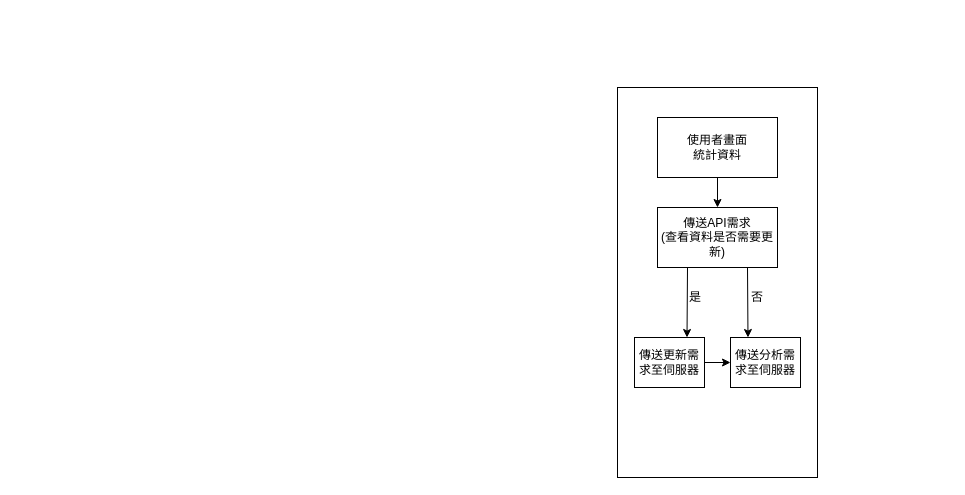
Before: Untitled Diagram.drawio in a0935210570602/credit_card_analize_project, a draw.io diagram. Source tidied: cells renumbered, new cells numbered last; positions are measured from the earlier drawing's top-left corner, leaving out a move shared by most shapes. Both pictures are drawn from the tidied source at 100%, with x=0, y=0 at pixel (617, 87).
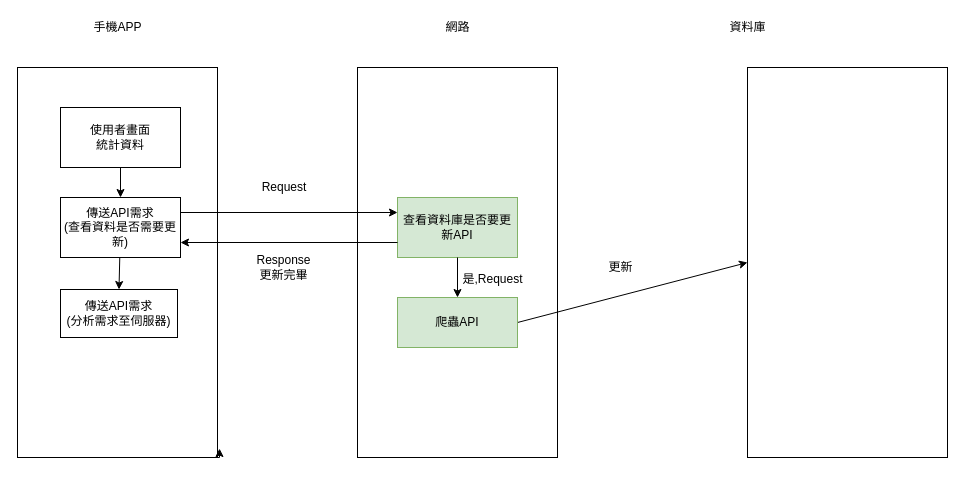
The same diagram, later.

Change to the diagram source:
```diff
@@
     <mxCell id="2" style="rounded=0;whiteSpace=wrap;html=1;" parent="1" vertex="1">
-      <mxGeometry width="200" height="390" as="geometry" />
+      <mxGeometry x="-600" y="-20" width="200" height="390" as="geometry" />
     </mxCell>
     <mxCell id="3" value="使用者畫面&lt;br&gt;統計資料" style="rounded=0;whiteSpace=wrap;html=1;" parent="1" vertex="1">
-      <mxGeometry x="40" y="30" width="120" height="60" as="geometry" />
+      <mxGeometry x="-557" y="20" width="120" height="60" as="geometry" />
     </mxCell>
     <mxCell id="4" value="傳送API需求&lt;br&gt;(查看資料是否需要更新)" style="rounded=0;whiteSpace=wrap;html=1;" parent="1" vertex="1">
-      <mxGeometry x="40" y="120" width="120" height="60" as="geometry" />
+      <mxGeometry x="-557" y="110" width="120" height="60" as="geometry" />
     </mxCell>
-    <mxCell id="5" value="傳送更新需求至伺服器" style="rounded=0;whiteSpace=wrap;html=1;" parent="1" vertex="1">
-      <mxGeometry x="17" y="250" width="70" height="50" as="geometry" />
-    </mxCell>
-    <mxCell id="6" value="是" style="text;html=1;strokeColor=none;fillColor=none;align=center;verticalAlign=middle;whiteSpace=wrap;rounded=0;" parent="1" vertex="1">
-      <mxGeometry x="58" y="200" width="40" height="20" as="geometry" />
-    </mxCell>
-    <mxCell id="7" value="否" style="text;html=1;strokeColor=none;fillColor=none;align=center;verticalAlign=middle;whiteSpace=wrap;rounded=0;" parent="1" vertex="1">
-      <mxGeometry x="120" y="200" width="40" height="20" as="geometry" />
-    </mxCell>
-    <mxCell id="8" value="傳送分析需求至伺服器" style="rounded=0;whiteSpace=wrap;html=1;" parent="1" vertex="1">
-      <mxGeometry x="113" y="250" width="70" height="50" as="geometry" />
+    <mxCell id="8" value="傳送API需求&lt;br&gt;(分析需求至伺服器)" style="rounded=0;whiteSpace=wrap;html=1;" parent="1" vertex="1">
+      <mxGeometry x="-557" y="202" width="117" height="48" as="geometry" />
     </mxCell>
-    <mxCell id="9" style="endArrow=classic;html=1;exitX=0.25;exitY=1;exitDx=0;exitDy=0;entryX=0.75;entryY=0;entryDx=0;entryDy=0;" parent="1" edge="1" source="4" target="5">
-      <mxGeometry relative="1" as="geometry" />
-    </mxCell>
-    <mxCell id="10" style="endArrow=classic;html=1;entryX=0.25;entryY=0;entryDx=0;entryDy=0;exitX=0.75;exitY=1;exitDx=0;exitDy=0;" parent="1" edge="1" source="4" target="8">
-      <mxGeometry relative="1" as="geometry" />
-    </mxCell>
-    <mxCell id="11" style="endArrow=classic;html=1;exitX=1;exitY=0.5;exitDx=0;exitDy=0;entryX=0;entryY=0.5;entryDx=0;entryDy=0;" parent="1" edge="1" source="5" target="8">
+    <mxCell id="11" style="endArrow=classic;html=1;entryX=0.5;entryY=0;entryDx=0;entryDy=0;" parent="1" edge="1" source="4" target="8">
       <mxGeometry relative="1" as="geometry" />
     </mxCell>
@@
+    <mxCell id="13" value="手機APP" style="text;html=1;strokeColor=none;fillColor=none;align=center;verticalAlign=middle;whiteSpace=wrap;rounded=0;" parent="1" vertex="1">
+      <mxGeometry x="-533.5" y="-70" width="67" height="20" as="geometry" />
+    </mxCell>
+    <mxCell id="14" style="rounded=0;whiteSpace=wrap;html=1;" parent="1" vertex="1">
+      <mxGeometry x="-260" y="-20" width="200" height="390" as="geometry" />
+    </mxCell>
+    <mxCell id="15" value="網路" style="text;html=1;strokeColor=none;fillColor=none;align=center;verticalAlign=middle;whiteSpace=wrap;rounded=0;" parent="1" vertex="1">
+      <mxGeometry x="-193.5" y="-70" width="67" height="20" as="geometry" />
+    </mxCell>
+    <mxCell id="16" value="查看資料庫是否要更新API" style="rounded=0;whiteSpace=wrap;html=1;fillColor=#d5e8d4;strokeColor=#82b366;" parent="1" vertex="1">
+      <mxGeometry x="-220" y="110" width="120" height="60" as="geometry" />
+    </mxCell>
+    <mxCell id="17" style="endArrow=classic;html=1;exitX=1;exitY=0.25;exitDx=0;exitDy=0;entryX=0;entryY=0.25;entryDx=0;entryDy=0;" parent="1" edge="1" source="4" target="16">
+      <mxGeometry relative="1" as="geometry" />
+    </mxCell>
+    <mxCell id="18" value="Request" style="text;html=1;strokeColor=none;fillColor=none;align=center;verticalAlign=middle;whiteSpace=wrap;rounded=0;" parent="1" vertex="1">
+      <mxGeometry x="-353" y="90" width="40" height="20" as="geometry" />
+    </mxCell>
+    <mxCell id="19" style="rounded=0;whiteSpace=wrap;html=1;" parent="1" vertex="1">
+      <mxGeometry x="130" y="-20" width="200" height="390" as="geometry" />
+    </mxCell>
+    <mxCell id="20" value="資料庫" style="text;html=1;strokeColor=none;fillColor=none;align=center;verticalAlign=middle;whiteSpace=wrap;rounded=0;" parent="1" vertex="1">
+      <mxGeometry x="96.5" y="-70" width="67" height="20" as="geometry" />
+    </mxCell>
+    <mxCell id="21" style="endArrow=classic;html=1;exitX=1;exitY=0.5;exitDx=0;exitDy=0;entryX=0;entryY=0.5;entryDx=0;entryDy=0;" parent="1" edge="1" source="27" target="19">
+      <mxGeometry relative="1" as="geometry" />
+    </mxCell>
+    <mxCell id="22" value="更新" style="text;html=1;strokeColor=none;fillColor=none;align=center;verticalAlign=middle;whiteSpace=wrap;rounded=0;" parent="1" vertex="1">
+      <mxGeometry x="-30" y="170" width="67" height="20" as="geometry" />
+    </mxCell>
+    <mxCell id="23" style="endArrow=classic;html=1;exitX=0;exitY=0.75;exitDx=0;exitDy=0;entryX=1;entryY=0.75;entryDx=0;entryDy=0;" parent="1" edge="1" source="16" target="4">
+      <mxGeometry relative="1" as="geometry" />
+    </mxCell>
+    <mxCell id="24" value="Response更新完畢" style="text;html=1;strokeColor=none;fillColor=none;align=center;verticalAlign=middle;whiteSpace=wrap;rounded=0;" parent="1" vertex="1">
+      <mxGeometry x="-367" y="170" width="67" height="20" as="geometry" />
+    </mxCell>
+    <mxCell id="25" style="endArrow=classic;html=1;exitX=0.5;exitY=1;exitDx=0;exitDy=0;entryX=0.5;entryY=0;entryDx=0;entryDy=0;" parent="1" edge="1" source="16" target="27">
+      <mxGeometry relative="1" as="geometry" />
+    </mxCell>
+    <mxCell id="26" value="是,Request" style="text;html=1;strokeColor=none;fillColor=none;align=center;verticalAlign=middle;whiteSpace=wrap;rounded=0;" parent="1" vertex="1">
+      <mxGeometry x="-158" y="182" width="67" height="20" as="geometry" />
+    </mxCell>
+    <mxCell id="27" value="爬蟲API" style="rounded=0;whiteSpace=wrap;html=1;fillColor=#d5e8d4;strokeColor=#82b366;" parent="1" vertex="1">
+      <mxGeometry x="-220" y="210" width="120" height="50" as="geometry" />
+    </mxCell>
+    <mxCell id="28" style="edgeStyle=orthogonalEdgeStyle;rounded=0;orthogonalLoop=1;jettySize=auto;html=1;exitX=1;exitY=1;exitDx=0;exitDy=0;entryX=1.01;entryY=0.977;entryDx=0;entryDy=0;entryPerimeter=0;" parent="1" edge="1" source="2" target="2">
+      <mxGeometry relative="1" as="geometry" />
+    </mxCell>
```
